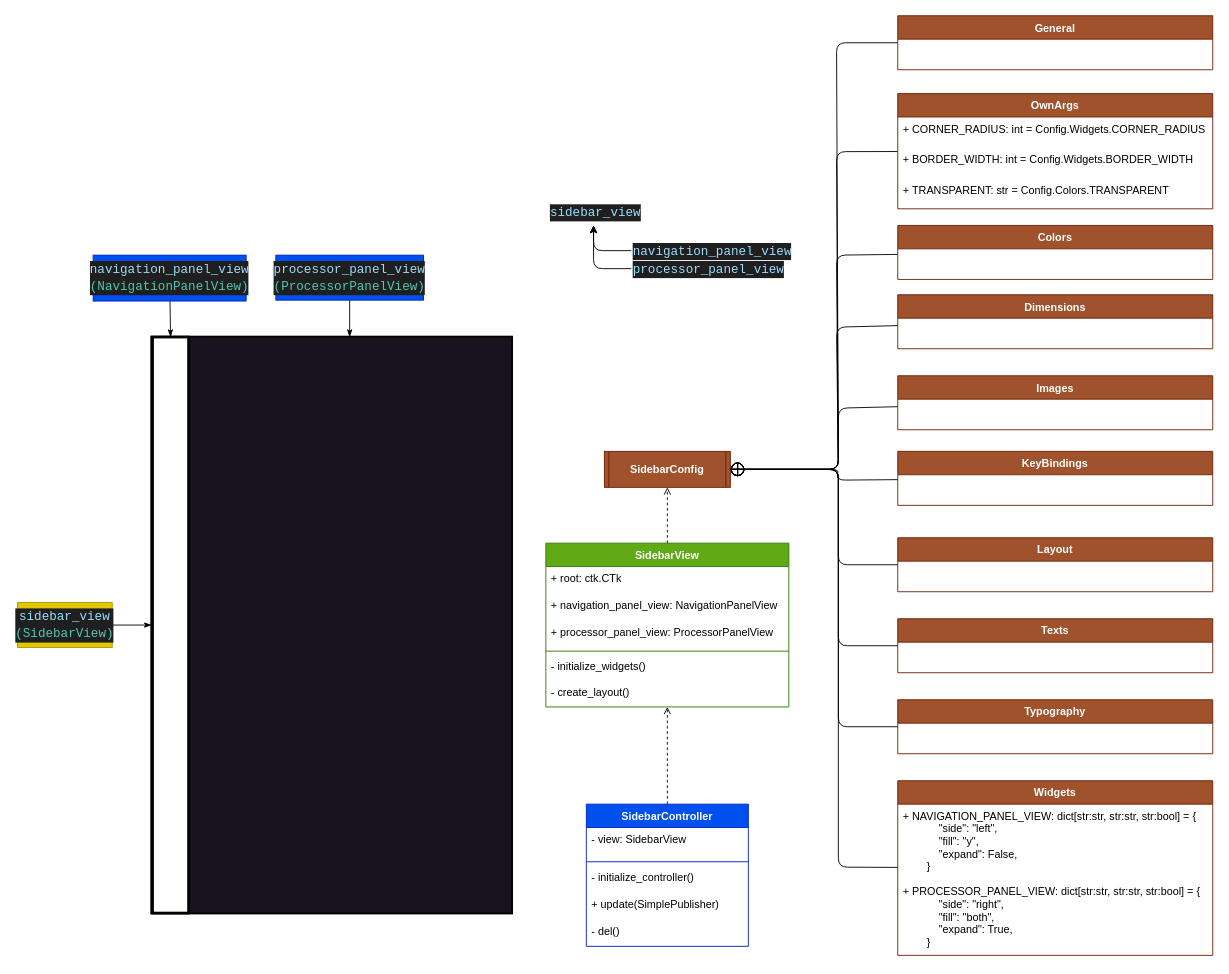
Before: documentation/sidebar_ui.drawio in SamerKharabish/CSVision, a draw.io diagram. Source tidied: cells renumbered, new cells numbered last; positions are measured from the earlier drawing's top-left corner, leaving out a move shared by most shapes. Both pictures are drawn from the tidied source at 90%, with x=0, y=0 at pixel (17, 15).
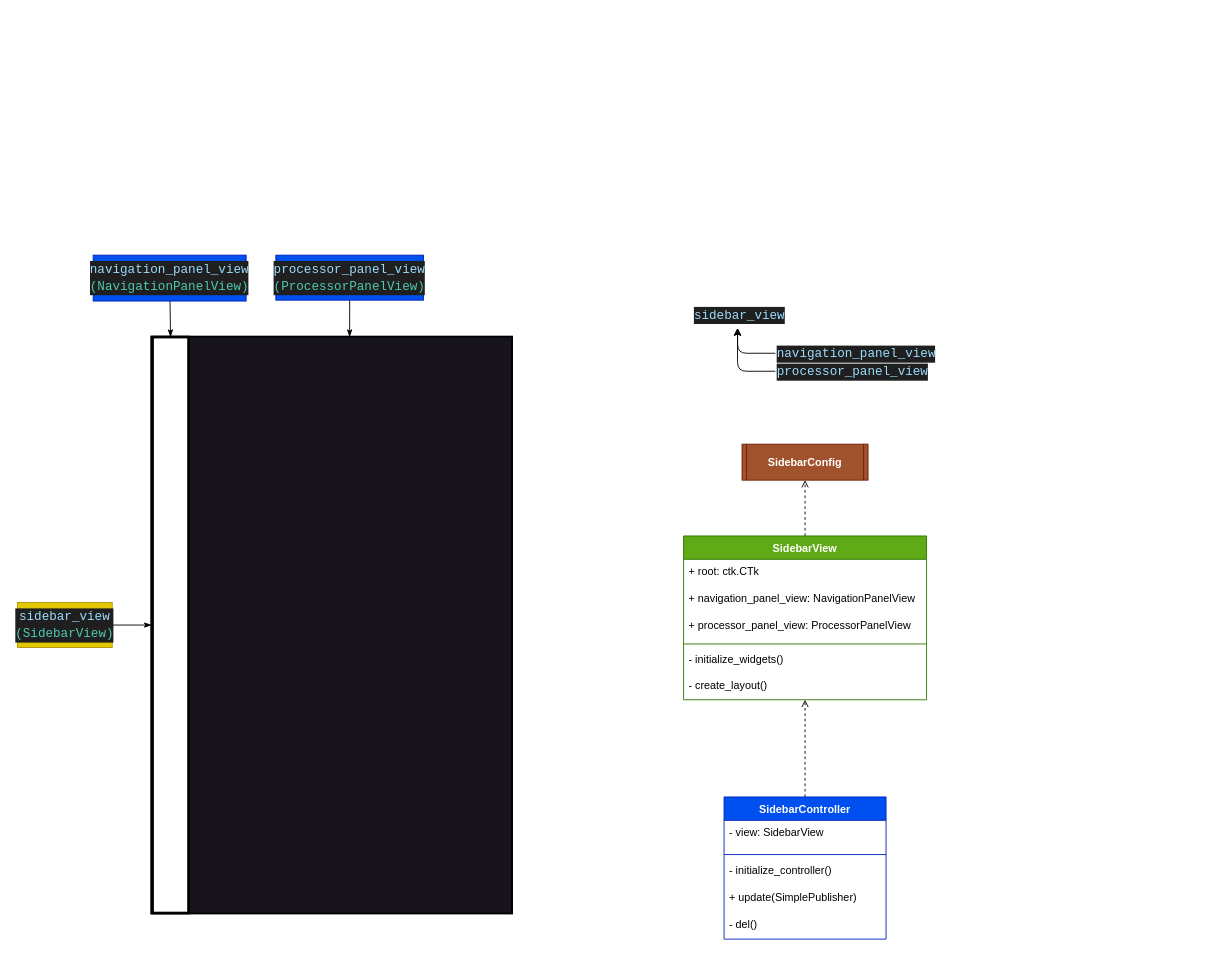
The same diagram, later.

The edit, as a diff of the source:
```diff
@@
     <mxCell id="12" value="SidebarView" style="swimlane;fontStyle=1;align=center;verticalAlign=top;horizontal=1;startSize=26;rounded=0;fillColor=#60a917;fontColor=#ffffff;strokeColor=#2D7600;" parent="1" vertex="1">
-      <mxGeometry x="587" y="586" width="270" height="182" as="geometry" />
+      <mxGeometry x="740" y="578" width="270" height="182" as="geometry" />
     </mxCell>
@@
     <mxCell id="20" value="SidebarController" style="swimlane;fontStyle=1;align=center;verticalAlign=top;horizontal=1;startSize=26;rounded=0;fillColor=#0050ef;fontColor=#ffffff;strokeColor=#001DBC;" parent="1" vertex="1">
-      <mxGeometry x="632" y="876" width="180" height="158" as="geometry" />
+      <mxGeometry x="785" y="868" width="180" height="158" as="geometry" />
     </mxCell>
@@
-    <mxCell id="26" style="edgeStyle=none;html=1;entryX=1;entryY=0.5;entryDx=0;entryDy=0;endArrow=circlePlus;endFill=0;" parent="1" edge="1" source="27" target="28">
-      <mxGeometry relative="1" as="geometry">
-        <Array as="points">
-          <mxPoint x="910" y="30" />
-          <mxPoint x="912" y="504" />
-        </Array>
-      </mxGeometry>
-    </mxCell>
-    <mxCell id="27" value="General" style="swimlane;fontStyle=1;align=center;verticalAlign=top;horizontal=1;startSize=26;rounded=0;fillColor=#a0522d;fontColor=#ffffff;strokeColor=#6D1F00;" parent="1" vertex="1">
-      <mxGeometry x="978" width="350" height="60" as="geometry" />
-    </mxCell>
     <mxCell id="28" value="SidebarConfig" style="shape=process2;fixedSize=1;size=5;fontStyle=1;fillColor=#a0522d;fontColor=#ffffff;strokeColor=#6D1F00;" parent="1" vertex="1">
-      <mxGeometry x="652" y="484" width="140" height="40" as="geometry" />
+      <mxGeometry x="805" y="476" width="140" height="40" as="geometry" />
     </mxCell>
-    <mxCell id="29" style="edgeStyle=none;html=1;entryX=1;entryY=0.5;entryDx=0;entryDy=0;endArrow=circlePlus;endFill=0;" parent="1" edge="1" source="30" target="28">
-      <mxGeometry relative="1" as="geometry">
-        <Array as="points">
-          <mxPoint x="910" y="266" />
-          <mxPoint x="912" y="504" />
-        </Array>
-      </mxGeometry>
-    </mxCell>
-    <mxCell id="30" value="Colors" style="swimlane;fontStyle=1;align=center;verticalAlign=top;horizontal=1;startSize=26;rounded=0;fillColor=#a0522d;fontColor=#ffffff;strokeColor=#6D1F00;" parent="1" vertex="1">
-      <mxGeometry x="978" y="233" width="350" height="60" as="geometry" />
-    </mxCell>
-    <mxCell id="31" style="edgeStyle=none;html=1;entryX=1;entryY=0.5;entryDx=0;entryDy=0;endArrow=circlePlus;endFill=0;" parent="1" edge="1" source="32" target="28">
-      <mxGeometry relative="1" as="geometry">
-        <Array as="points">
-          <mxPoint x="910" y="346" />
-          <mxPoint x="912" y="504" />
-        </Array>
-      </mxGeometry>
-    </mxCell>
-    <mxCell id="32" value="Dimensions" style="swimlane;fontStyle=1;align=center;verticalAlign=top;horizontal=1;startSize=26;rounded=0;fillColor=#a0522d;fontColor=#ffffff;strokeColor=#6D1F00;" parent="1" vertex="1">
-      <mxGeometry x="978" y="310" width="350" height="60" as="geometry" />
-    </mxCell>
-    <mxCell id="33" style="edgeStyle=none;html=1;entryX=1;entryY=0.5;entryDx=0;entryDy=0;endArrow=circlePlus;endFill=0;" parent="1" edge="1" source="34" target="28">
-      <mxGeometry relative="1" as="geometry">
-        <Array as="points">
-          <mxPoint x="912" y="436" />
-          <mxPoint x="912" y="504" />
-        </Array>
-      </mxGeometry>
-    </mxCell>
-    <mxCell id="34" value="Images" style="swimlane;fontStyle=1;align=center;verticalAlign=top;horizontal=1;startSize=26;rounded=0;fillColor=#a0522d;fontColor=#ffffff;strokeColor=#6D1F00;" parent="1" vertex="1">
-      <mxGeometry x="978" y="400" width="350" height="60" as="geometry" />
-    </mxCell>
-    <mxCell id="35" style="edgeStyle=none;html=1;entryX=1;entryY=0.5;entryDx=0;entryDy=0;endArrow=circlePlus;endFill=0;" parent="1" edge="1" source="48" target="28">
-      <mxGeometry relative="1" as="geometry">
-        <Array as="points">
-          <mxPoint x="912" y="610" />
-          <mxPoint x="912" y="504" />
-        </Array>
-      </mxGeometry>
-    </mxCell>
-    <mxCell id="36" style="edgeStyle=none;html=1;entryX=1;entryY=0.5;entryDx=0;entryDy=0;endArrow=circlePlus;endFill=0;" parent="1" edge="1" source="37" target="28">
-      <mxGeometry relative="1" as="geometry">
-        <Array as="points">
-          <mxPoint x="912" y="790" />
-          <mxPoint x="912" y="504" />
-        </Array>
-      </mxGeometry>
-    </mxCell>
-    <mxCell id="37" value="Typography" style="swimlane;fontStyle=1;align=center;verticalAlign=top;horizontal=1;startSize=26;rounded=0;fillColor=#a0522d;fontColor=#ffffff;strokeColor=#6D1F00;" parent="1" vertex="1">
-      <mxGeometry x="978" y="760" width="350" height="60" as="geometry" />
-    </mxCell>
-    <mxCell id="38" style="edgeStyle=none;html=1;entryX=1;entryY=0.5;entryDx=0;entryDy=0;endArrow=circlePlus;endFill=0;" parent="1" edge="1" source="39" target="28">
-      <mxGeometry relative="1" as="geometry">
-        <Array as="points">
-          <mxPoint x="912" y="700" />
-          <mxPoint x="912" y="504" />
-        </Array>
-      </mxGeometry>
-    </mxCell>
-    <mxCell id="39" value="Texts" style="swimlane;fontStyle=1;align=center;verticalAlign=top;horizontal=1;startSize=26;rounded=0;fillColor=#a0522d;fontColor=#ffffff;strokeColor=#6D1F00;" parent="1" vertex="1">
-      <mxGeometry x="978" y="670" width="350" height="60" as="geometry" />
-    </mxCell>
-    <mxCell id="40" style="edgeStyle=none;html=1;entryX=1;entryY=0.5;entryDx=0;entryDy=0;endArrow=circlePlus;endFill=0;" parent="1" edge="1" source="49" target="28">
-      <mxGeometry relative="1" as="geometry">
-        <Array as="points">
-          <mxPoint x="912" y="946" />
-          <mxPoint x="912" y="504" />
-        </Array>
-      </mxGeometry>
-    </mxCell>
-    <mxCell id="41" style="edgeStyle=none;html=1;entryX=1;entryY=0.5;entryDx=0;entryDy=0;endArrow=circlePlus;endFill=0;" parent="1" edge="1" source="42" target="28">
-      <mxGeometry relative="1" as="geometry">
-        <Array as="points">
-          <mxPoint x="910" y="151" />
-          <mxPoint x="912" y="504" />
-        </Array>
-      </mxGeometry>
-    </mxCell>
-    <mxCell id="42" value="OwnArgs" style="swimlane;fontStyle=1;align=center;verticalAlign=top;horizontal=1;startSize=26;rounded=0;fillColor=#a0522d;fontColor=#ffffff;strokeColor=#6D1F00;" parent="1" vertex="1">
-      <mxGeometry x="978" y="86.5" width="350" height="128" as="geometry" />
-    </mxCell>
-    <mxCell id="43" value="+ CORNER_RADIUS: int = Config.Widgets.CORNER_RADIUS" style="text;strokeColor=none;fillColor=none;align=left;verticalAlign=top;spacingLeft=4;spacingRight=4;overflow=hidden;rounded=0;" parent="42" vertex="1">
-      <mxGeometry y="26" width="350" height="34" as="geometry" />
-    </mxCell>
-    <mxCell id="44" value="+ BORDER_WIDTH: int = Config.Widgets.BORDER_WIDTH" style="text;strokeColor=none;fillColor=none;align=left;verticalAlign=top;spacingLeft=4;spacingRight=4;overflow=hidden;rounded=0;" parent="42" vertex="1">
-      <mxGeometry y="60" width="350" height="34" as="geometry" />
-    </mxCell>
-    <mxCell id="45" value="+ TRANSPARENT: str = Config.Colors.TRANSPARENT" style="text;strokeColor=none;fillColor=none;align=left;verticalAlign=top;spacingLeft=4;spacingRight=4;overflow=hidden;rounded=0;" parent="42" vertex="1">
-      <mxGeometry y="94" width="350" height="34" as="geometry" />
-    </mxCell>
-    <mxCell id="46" style="edgeStyle=none;html=1;entryX=1;entryY=0.5;entryDx=0;entryDy=0;endArrow=circlePlus;endFill=0;" parent="1" edge="1" source="47" target="28">
-      <mxGeometry relative="1" as="geometry">
-        <Array as="points">
-          <mxPoint x="910" y="516" />
-          <mxPoint x="912" y="504" />
-        </Array>
-      </mxGeometry>
-    </mxCell>
-    <mxCell id="47" value="KeyBindings" style="swimlane;fontStyle=1;align=center;verticalAlign=top;horizontal=1;startSize=26;rounded=0;fillColor=#a0522d;fontColor=#ffffff;strokeColor=#6D1F00;" parent="1" vertex="1">
-      <mxGeometry x="978" y="484" width="350" height="60" as="geometry" />
-    </mxCell>
-    <mxCell id="48" value="Layout" style="swimlane;fontStyle=1;align=center;verticalAlign=top;horizontal=1;startSize=26;rounded=0;fillColor=#a0522d;fontColor=#ffffff;strokeColor=#6D1F00;" parent="1" vertex="1">
-      <mxGeometry x="978" y="580" width="350" height="60" as="geometry" />
-    </mxCell>
-    <mxCell id="49" value="Widgets" style="swimlane;fontStyle=1;align=center;verticalAlign=top;horizontal=1;startSize=26;rounded=0;fillColor=#a0522d;fontColor=#ffffff;strokeColor=#6D1F00;" parent="1" vertex="1">
-      <mxGeometry x="978" y="850" width="350" height="194" as="geometry" />
-    </mxCell>
-    <mxCell id="50" value="+ NAVIGATION_PANEL_VIEW: dict[str:str, str:str, str:bool] = {&#10;            &quot;side&quot;: &quot;left&quot;,&#10;            &quot;fill&quot;: &quot;y&quot;,&#10;            &quot;expand&quot;: False,&#10;        }" style="text;strokeColor=none;fillColor=none;align=left;verticalAlign=top;spacingLeft=4;spacingRight=4;overflow=hidden;rounded=0;" parent="49" vertex="1">
-      <mxGeometry y="26" width="350" height="84" as="geometry" />
-    </mxCell>
-    <mxCell id="51" value="+ PROCESSOR_PANEL_VIEW: dict[str:str, str:str, str:bool] = {&#10;            &quot;side&quot;: &quot;right&quot;,&#10;            &quot;fill&quot;: &quot;both&quot;,&#10;            &quot;expand&quot;: True,&#10;        }" style="text;strokeColor=none;fillColor=none;align=left;verticalAlign=top;spacingLeft=4;spacingRight=4;overflow=hidden;rounded=0;" parent="49" vertex="1">
-      <mxGeometry y="110" width="350" height="84" as="geometry" />
-    </mxCell>
     <mxCell id="52" value="&lt;div style=&quot;color: rgb(204, 204, 204); font-family: Consolas, &amp;quot;Courier New&amp;quot;, monospace; font-size: 14px; text-align: center; background-color: rgb(31, 31, 31); line-height: 19px;&quot;&gt;&lt;div style=&quot;line-height: 19px;&quot;&gt;&lt;span style=&quot;color: rgb(156, 220, 254);&quot;&gt;sidebar_view&lt;/span&gt;&lt;/div&gt;&lt;/div&gt;" style="text;whiteSpace=wrap;html=1;" parent="1" vertex="1">
-      <mxGeometry x="590" y="203" width="100" height="30" as="geometry" />
+      <mxGeometry x="750" y="317" width="100" height="30" as="geometry" />
     </mxCell>
     <mxCell id="53" style="edgeStyle=none;html=1;entryX=0.5;entryY=1;entryDx=0;entryDy=0;" parent="1" edge="1" source="54" target="52">
       <mxGeometry relative="1" as="geometry">
         <Array as="points">
-          <mxPoint x="640" y="261" />
+          <mxPoint x="800" y="375" />
         </Array>
       </mxGeometry>
     </mxCell>
     <mxCell id="54" value="&lt;div style=&quot;color: rgb(204, 204, 204); background-color: rgb(31, 31, 31); font-family: Consolas, &amp;quot;Courier New&amp;quot;, monospace; font-size: 14px; line-height: 19px;&quot;&gt;&lt;div style=&quot;line-height: 19px;&quot;&gt;&lt;span style=&quot;color: #9cdcfe;&quot;&gt;navigation_panel_view&lt;/span&gt;&lt;/div&gt;&lt;/div&gt;" style="text;whiteSpace=wrap;html=1;" parent="1" vertex="1">
-      <mxGeometry x="682" y="246" width="168" height="30" as="geometry" />
+      <mxGeometry x="842" y="360" width="168" height="30" as="geometry" />
     </mxCell>
     <mxCell id="55" style="edgeStyle=none;html=1;entryX=0.5;entryY=1;entryDx=0;entryDy=0;" parent="1" edge="1" source="56" target="52">
       <mxGeometry relative="1" as="geometry">
         <Array as="points">
-          <mxPoint x="640" y="281" />
+          <mxPoint x="800" y="395" />
         </Array>
       </mxGeometry>
     </mxCell>
     <mxCell id="56" value="&lt;div style=&quot;color: rgb(204, 204, 204); background-color: rgb(31, 31, 31); font-family: Consolas, &amp;quot;Courier New&amp;quot;, monospace; font-weight: normal; font-size: 14px; line-height: 19px;&quot;&gt;&lt;div style=&quot;line-height: 19px;&quot;&gt;&lt;span style=&quot;color: #9cdcfe;&quot;&gt;processor_panel_view&lt;/span&gt;&lt;/div&gt;&lt;/div&gt;" style="text;whiteSpace=wrap;html=1;" parent="1" vertex="1">
-      <mxGeometry x="682" y="266" width="158" height="30" as="geometry" />
+      <mxGeometry x="842" y="380" width="158" height="30" as="geometry" />
     </mxCell>
```
